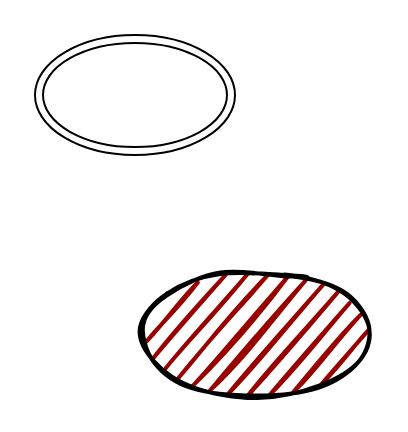
criissuarezzz/proyecto_lasagna keeps this draw.io diagram as diagrama.drawio. Above is the earlier version. Source tidied: cells renumbered, new cells numbered last; positions are measured from the earlier drawing's top-left corner, leaving out a move shared by most shapes. Both pictures are drawn from the tidied source at 200%, with x=0, y=0 at pixel (34, 34).
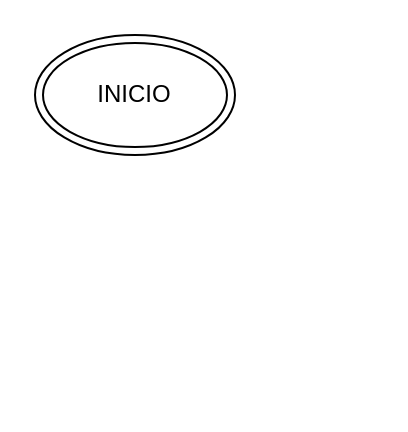
Above is the later version.

What changed in the source:
```diff
@@
 <mxGraphModel>
   <root>
     <mxCell id="0" />
     <mxCell id="1" parent="0" />
-    <mxCell id="2" style="ellipse;shape=doubleEllipse;whiteSpace=wrap;html=1;" parent="1" vertex="1">
+    <mxCell id="2" value="INICIO" style="ellipse;shape=doubleEllipse;whiteSpace=wrap;html=1;" parent="1" vertex="1">
       <mxGeometry width="100" height="60" as="geometry" />
     </mxCell>
-    <mxCell id="3" style="ellipse;whiteSpace=wrap;html=1;strokeWidth=2;fillWeight=2;hachureGap=8;fillColor=#990000;fillStyle=dots;sketch=1;" parent="1" vertex="1">
-      <mxGeometry x="50" y="120" width="120" height="60" as="geometry" />
-    </mxCell>
   </root>
 </mxGraphModel>
```
